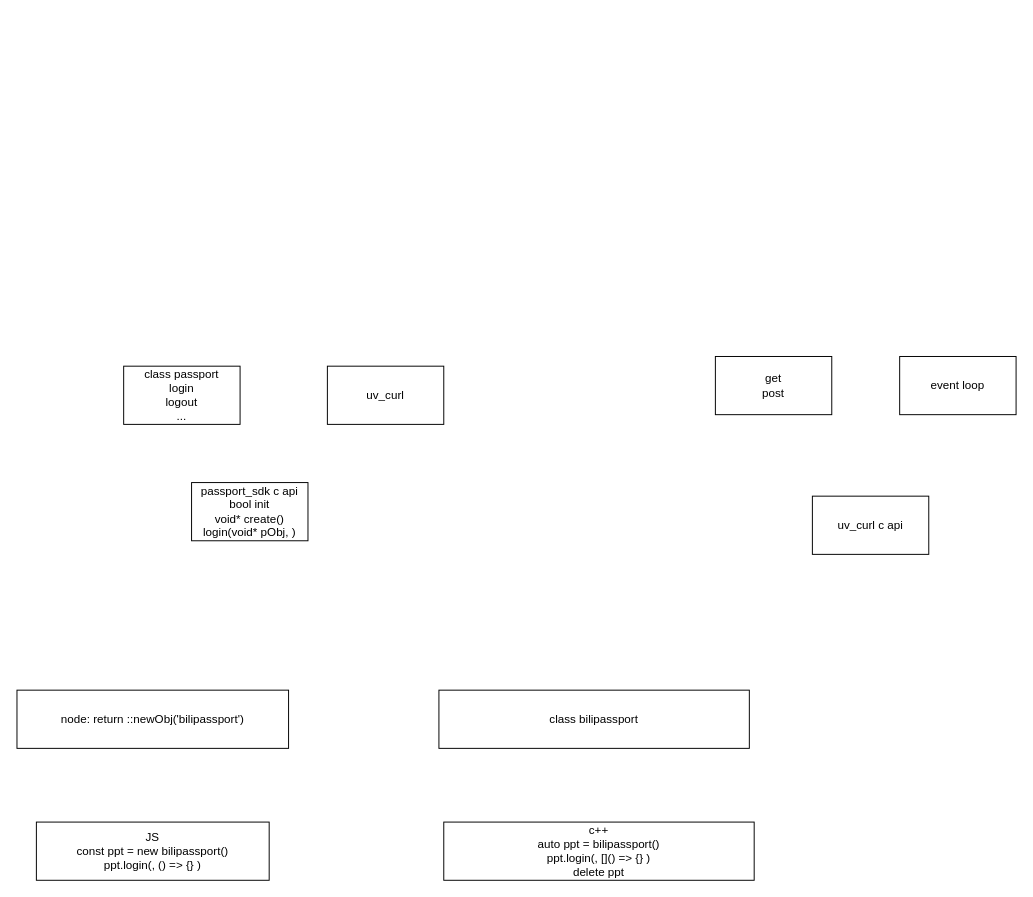
Earlier version of the draw.io diagram save/passport-sdk.drawio (HppZ/diagrams). Source tidied: cells renumbered, new cells numbered last; positions are measured from the earlier drawing's top-left corner, leaving out a move shared by most shapes. Both pictures are drawn from the tidied source at 97%, with x=0, y=0 at pixel (16, 356).
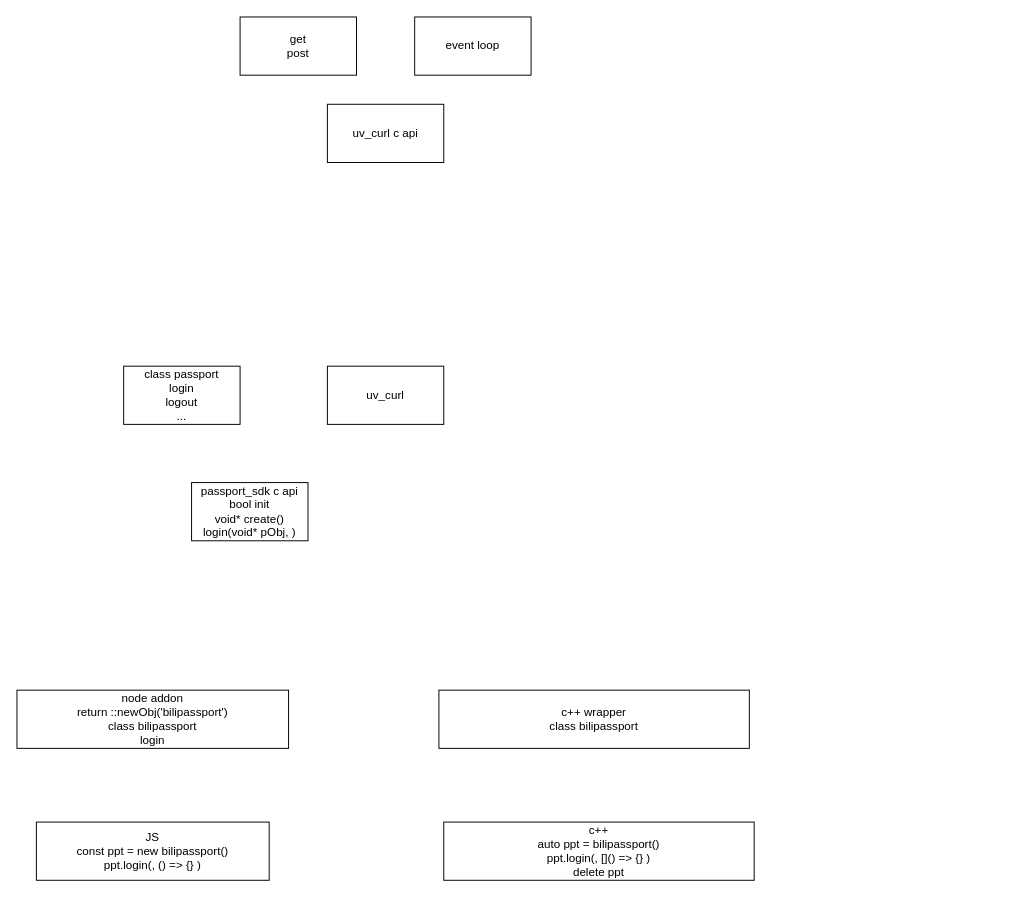
After the change.

Diff of the diagram source:
```diff
@@
 <mxGraphModel>
   <root>
     <mxCell id="0" />
     <mxCell id="1" parent="0" />
     <mxCell id="2" value="passport_sdk c api&lt;br&gt;bool init&lt;br&gt;void* create()&lt;br&gt;login(void* pObj, )&lt;br&gt;" style="rounded=0;whiteSpace=wrap;html=1;" parent="1" vertex="1">
       <mxGeometry x="180" y="130" width="120" height="60" as="geometry" />
     </mxCell>
     <mxCell id="3" value="class passport&lt;br&gt;login&lt;br&gt;logout&lt;br&gt;..." style="rounded=0;whiteSpace=wrap;html=1;" parent="1" vertex="1">
       <mxGeometry x="110" y="10" width="120" height="60" as="geometry" />
     </mxCell>
     <mxCell id="4" value="uv_curl" style="rounded=0;whiteSpace=wrap;html=1;" parent="1" vertex="1">
       <mxGeometry x="320" y="10" width="120" height="60" as="geometry" />
     </mxCell>
     <mxCell id="5" value="uv_curl c api" style="rounded=0;whiteSpace=wrap;html=1;" parent="1" vertex="1">
-      <mxGeometry x="820" y="144" width="120" height="60" as="geometry" />
+      <mxGeometry x="320" y="-260" width="120" height="60" as="geometry" />
     </mxCell>
     <mxCell id="6" value="get&lt;br&gt;post&lt;br&gt;" style="rounded=0;whiteSpace=wrap;html=1;" parent="1" vertex="1">
-      <mxGeometry x="720" width="120" height="60" as="geometry" />
+      <mxGeometry x="230" y="-350" width="120" height="60" as="geometry" />
     </mxCell>
     <mxCell id="7" value="event loop" style="rounded=0;whiteSpace=wrap;html=1;" parent="1" vertex="1">
-      <mxGeometry x="910" width="120" height="60" as="geometry" />
+      <mxGeometry x="410" y="-350" width="120" height="60" as="geometry" />
     </mxCell>
-    <mxCell id="8" value="node: return ::newObj('bilipassport')" style="rounded=0;whiteSpace=wrap;html=1;" parent="1" vertex="1">
+    <mxCell id="8" value="node addon&lt;br&gt;return ::newObj('bilipassport')&lt;br&gt;class bilipassport&lt;br&gt;login" style="rounded=0;whiteSpace=wrap;html=1;" parent="1" vertex="1">
       <mxGeometry y="344" width="280" height="60" as="geometry" />
     </mxCell>
     <mxCell id="9" value="JS&lt;br&gt;const ppt = new bilipassport()&lt;br&gt;ppt.login(, () =&amp;gt; {} )" style="rounded=0;whiteSpace=wrap;html=1;" parent="1" vertex="1">
       <mxGeometry x="20" y="480" width="240" height="60" as="geometry" />
     </mxCell>
     <mxCell id="10" value="c++&lt;br&gt;auto ppt = bilipassport()&lt;br&gt;ppt.login(, []() =&amp;gt; {} )&lt;br&gt;delete ppt" style="rounded=0;whiteSpace=wrap;html=1;" parent="1" vertex="1">
       <mxGeometry x="440" y="480" width="320" height="60" as="geometry" />
     </mxCell>
-    <mxCell id="11" value="class bilipassport" style="rounded=0;whiteSpace=wrap;html=1;" parent="1" vertex="1">
+    <mxCell id="11" value="c++ wrapper&lt;br&gt;class bilipassport" style="rounded=0;whiteSpace=wrap;html=1;" parent="1" vertex="1">
       <mxGeometry x="435" y="344" width="320" height="60" as="geometry" />
     </mxCell>
   </root>
 </mxGraphModel>
```
